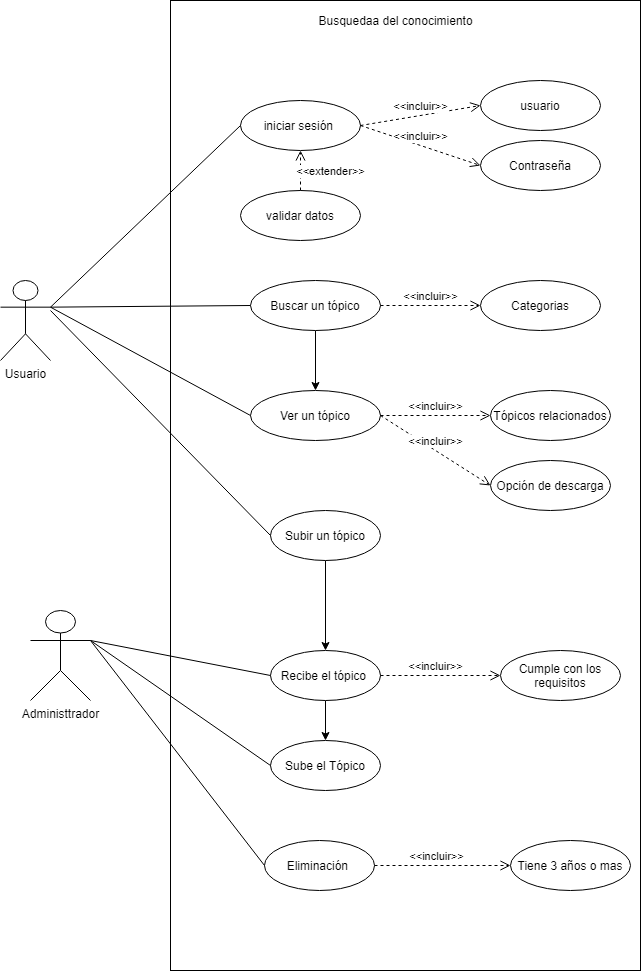
This is Diagramas/DiagramaCasoDeUso.drawio.png from vanessamRodriguez/Analisis-Avanzado-de-Software, a draw.io export, as it was before one commit. Source tidied: cells renumbered, new cells last; positions are measured from the earlier drawing's top-left corner, leaving out a move shared by most shapes.
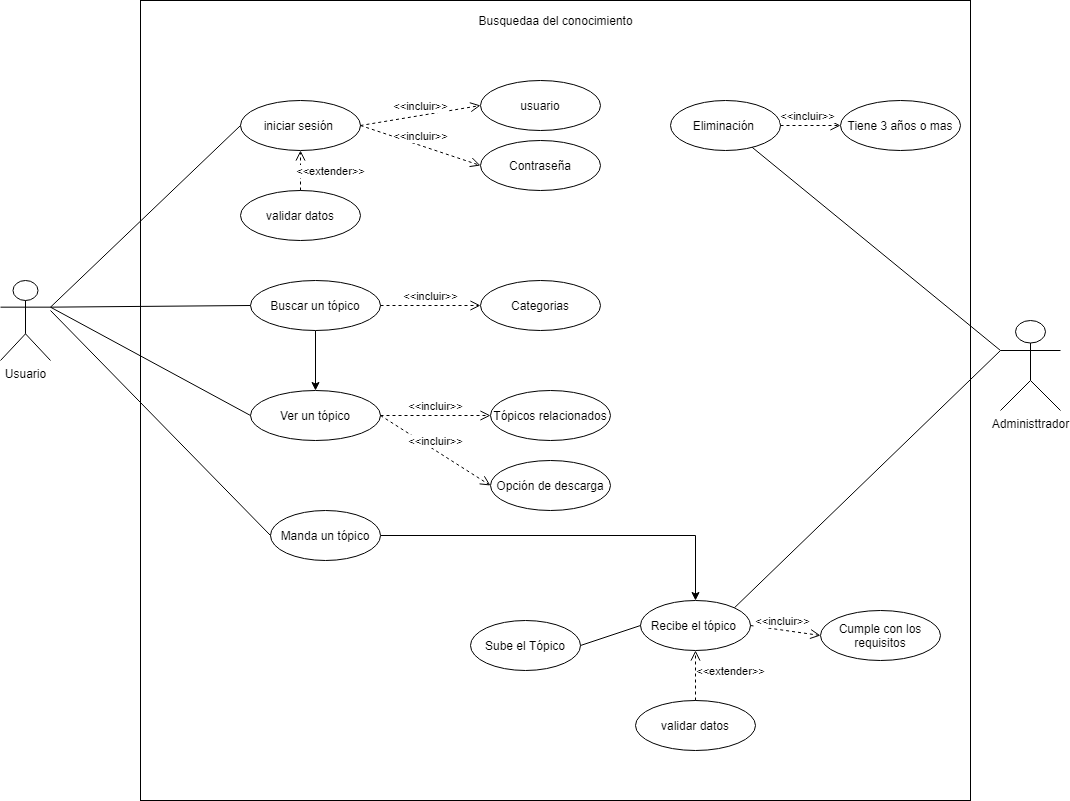
Above is the later version.

The edit, as a diff of the source:
```diff
@@ -6,7 +6,7 @@
       <mxGeometry y="280" width="50" height="80" as="geometry" />
     </mxCell>
     <mxCell id="3" style="rounded=0;whiteSpace=wrap;html=1;" parent="1" vertex="1">
-      <mxGeometry x="170" width="470" height="970" as="geometry" />
+      <mxGeometry x="140" width="830" height="800" as="geometry" />
     </mxCell>
     <mxCell id="4" value="iniciar sesión&amp;nbsp;" style="ellipse;whiteSpace=wrap;html=1;" parent="1" vertex="1">
       <mxGeometry x="240" y="100" width="120" height="50" as="geometry" />
@@ -65,10 +65,10 @@
     <mxCell id="22" value="&amp;lt;&amp;lt;incluir&amp;gt;&amp;gt;" style="html=1;verticalAlign=bottom;endArrow=open;dashed=1;endSize=8;exitX=1;exitY=0.5;exitDx=0;exitDy=0;entryX=0;entryY=0.5;entryDx=0;entryDy=0;" parent="1" edge="1" source="17" target="21">
       <mxGeometry relative="1" as="geometry" />
     </mxCell>
-    <mxCell id="23" style="edgeStyle=orthogonalEdgeStyle;rounded=0;jettySize=auto;html=1;exitX=0.5;exitY=1;exitDx=0;exitDy=0;entryX=0.5;entryY=0;entryDx=0;entryDy=0;" parent="1" edge="1" source="24" target="27">
+    <mxCell id="23" style="edgeStyle=orthogonalEdgeStyle;rounded=0;jettySize=auto;html=1;exitX=1;exitY=0.5;exitDx=0;exitDy=0;entryX=0.5;entryY=0;entryDx=0;entryDy=0;" parent="1" edge="1" source="24" target="27">
       <mxGeometry relative="1" as="geometry" />
     </mxCell>
-    <mxCell id="24" value="Subir un tópico" style="ellipse;whiteSpace=wrap;html=1;" parent="1" vertex="1">
+    <mxCell id="24" value="Manda un tópico" style="ellipse;whiteSpace=wrap;html=1;" parent="1" vertex="1">
       <mxGeometry x="270" y="510" width="110" height="50" as="geometry" />
     </mxCell>
     <mxCell id="25" style="endArrow=none;html=1;entryX=0;entryY=0.5;entryDx=0;entryDy=0;" parent="1" edge="1" target="24">
@@ -76,46 +76,47 @@
         <mxPoint x="50" y="310" as="sourcePoint" />
       </mxGeometry>
     </mxCell>
-    <mxCell id="26" style="edgeStyle=orthogonalEdgeStyle;rounded=0;jettySize=auto;html=1;exitX=0.5;exitY=1;exitDx=0;exitDy=0;entryX=0.5;entryY=0;entryDx=0;entryDy=0;" parent="1" edge="1" source="27" target="32">
-      <mxGeometry relative="1" as="geometry" />
-    </mxCell>
     <mxCell id="27" value="Recibe el tópico&amp;nbsp;" style="ellipse;whiteSpace=wrap;html=1;" parent="1" vertex="1">
-      <mxGeometry x="270" y="650" width="110" height="50" as="geometry" />
+      <mxGeometry x="640" y="600" width="110" height="50" as="geometry" />
     </mxCell>
     <mxCell id="28" value="Administtrador" style="shape=umlActor;verticalLabelPosition=bottom;verticalAlign=top;html=1;outlineConnect=0;" parent="1" vertex="1">
-      <mxGeometry x="30" y="610" width="60" height="90" as="geometry" />
+      <mxGeometry x="1000" y="320" width="60" height="90" as="geometry" />
     </mxCell>
-    <mxCell id="29" style="endArrow=none;html=1;exitX=1;exitY=0.3333333333333333;exitDx=0;exitDy=0;exitPerimeter=0;entryX=0;entryY=0.5;entryDx=0;entryDy=0;" parent="1" edge="1" source="28" target="27">
-      <mxGeometry relative="1" as="geometry" />
-    </mxCell>
     <mxCell id="30" value="Cumple con los requisitos" style="ellipse;whiteSpace=wrap;html=1;" parent="1" vertex="1">
-      <mxGeometry x="500" y="650" width="120" height="50" as="geometry" />
+      <mxGeometry x="820" y="610" width="120" height="50" as="geometry" />
     </mxCell>
     <mxCell id="31" value="&amp;lt;&amp;lt;incluir&amp;gt;&amp;gt;" style="html=1;verticalAlign=bottom;endArrow=open;dashed=1;endSize=8;exitX=1;exitY=0.5;exitDx=0;exitDy=0;entryX=0;entryY=0.5;entryDx=0;entryDy=0;" parent="1" edge="1" source="27" target="30">
       <mxGeometry x="-0.09" relative="1" as="geometry" />
     </mxCell>
     <mxCell id="32" value="Sube el Tópico" style="ellipse;whiteSpace=wrap;html=1;" parent="1" vertex="1">
-      <mxGeometry x="270" y="740" width="110" height="50" as="geometry" />
+      <mxGeometry x="470" y="620" width="110" height="50" as="geometry" />
     </mxCell>
-    <mxCell id="33" style="endArrow=none;html=1;exitX=1;exitY=0.3333333333333333;exitDx=0;exitDy=0;exitPerimeter=0;entryX=0;entryY=0.5;entryDx=0;entryDy=0;" parent="1" edge="1" source="28" target="32">
-      <mxGeometry relative="1" as="geometry" />
-    </mxCell>
     <mxCell id="34" value="Eliminación&amp;nbsp;" style="ellipse;whiteSpace=wrap;html=1;" parent="1" vertex="1">
-      <mxGeometry x="264" y="840" width="110" height="50" as="geometry" />
+      <mxGeometry x="670" y="100" width="110" height="50" as="geometry" />
     </mxCell>
-    <mxCell id="35" style="endArrow=none;html=1;entryX=0;entryY=0.5;entryDx=0;entryDy=0;" parent="1" edge="1" target="34">
-      <mxGeometry relative="1" as="geometry">
-        <mxPoint x="90" y="640" as="sourcePoint" />
-      </mxGeometry>
-    </mxCell>
     <mxCell id="36" value="Tiene 3 años o mas" style="ellipse;whiteSpace=wrap;html=1;" parent="1" vertex="1">
-      <mxGeometry x="510" y="840" width="120" height="50" as="geometry" />
+      <mxGeometry x="840" y="100" width="120" height="50" as="geometry" />
     </mxCell>
     <mxCell id="37" value="&amp;lt;&amp;lt;incluir&amp;gt;&amp;gt;" style="html=1;verticalAlign=bottom;endArrow=open;dashed=1;endSize=8;exitX=1;exitY=0.5;exitDx=0;exitDy=0;entryX=0;entryY=0.5;entryDx=0;entryDy=0;" parent="1" edge="1" source="34" target="36">
       <mxGeometry x="-0.09" relative="1" as="geometry" />
     </mxCell>
     <mxCell id="38" value="Busquedaa del conocimiento" style="text;html=1;align=center;verticalAlign=middle;" parent="1" vertex="1">
-      <mxGeometry x="310" y="10" width="170" height="20" as="geometry" />
+      <mxGeometry x="470" y="10" width="170" height="20" as="geometry" />
     </mxCell>
+    <mxCell id="39" style="endArrow=none;html=1;entryX=0;entryY=0.3333333333333333;entryDx=0;entryDy=0;entryPerimeter=0;exitX=1;exitY=0;exitDx=0;exitDy=0;" parent="1" edge="1" source="27" target="28">
+      <mxGeometry relative="1" as="geometry" />
+    </mxCell>
+    <mxCell id="40" style="endArrow=none;html=1;entryX=0;entryY=0.3333333333333333;entryDx=0;entryDy=0;entryPerimeter=0;" parent="1" edge="1" source="34" target="28">
+      <mxGeometry relative="1" as="geometry" />
+    </mxCell>
+    <mxCell id="41" value="validar datos" style="ellipse;whiteSpace=wrap;html=1;" parent="1" vertex="1">
+      <mxGeometry x="635" y="700" width="120" height="50" as="geometry" />
+    </mxCell>
+    <mxCell id="42" value="&amp;lt;&amp;lt;extender&amp;gt;&amp;gt;" style="html=1;verticalAlign=bottom;endArrow=open;dashed=1;endSize=8;entryX=0.5;entryY=1;entryDx=0;entryDy=0;exitX=0.5;exitY=0;exitDx=0;exitDy=0;" parent="1" edge="1" source="41" target="27">
+      <mxGeometry x="-0.2" y="-35" relative="1" as="geometry" />
+    </mxCell>
+    <mxCell id="43" style="endArrow=none;html=1;entryX=0;entryY=0.5;entryDx=0;entryDy=0;exitX=1;exitY=0.5;exitDx=0;exitDy=0;" parent="1" edge="1" source="32" target="27">
+      <mxGeometry relative="1" as="geometry" />
+    </mxCell>
   </root>
 </mxGraphModel>
```
